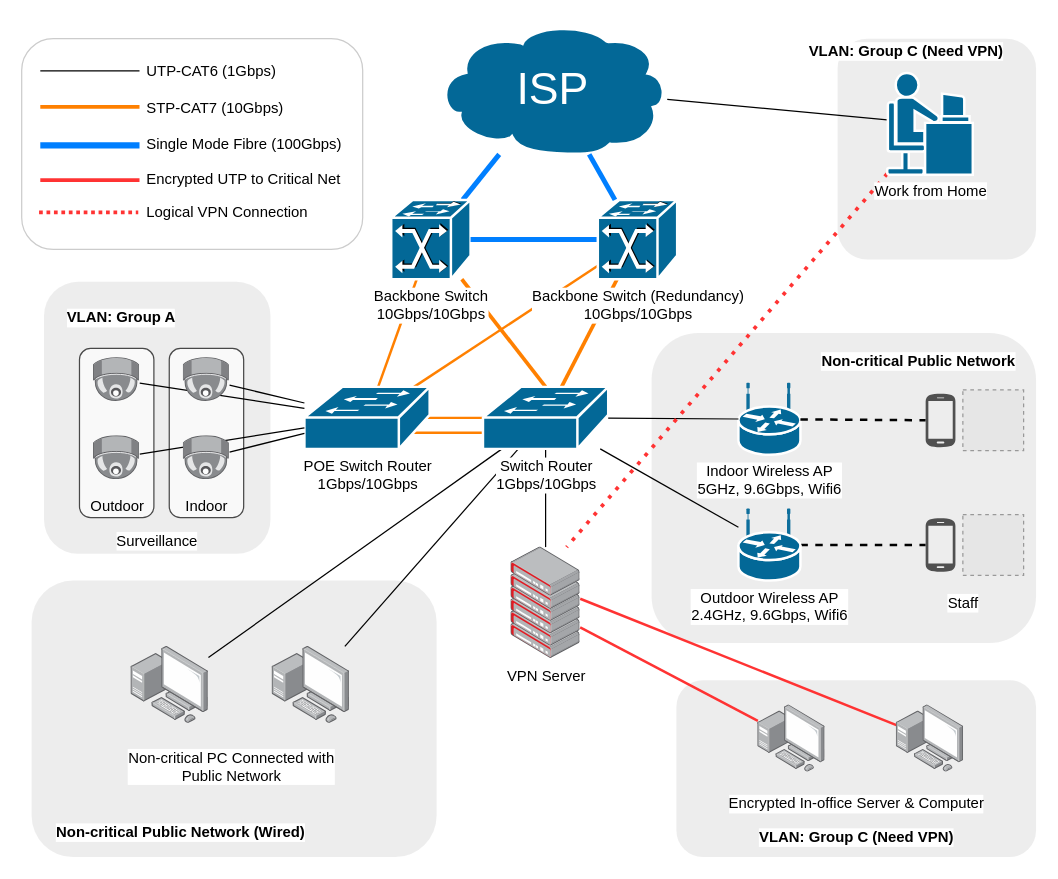
This is page "Administrator Building" (4 of 5) of Net_diagram/EE6223CA2.drawio from doem97/EE6223, a draw.io file, before an edit. Source tidied: cells renumbered, new cells numbered last; positions are measured from the earlier drawing's top-left corner, leaving out a move shared by most shapes. Both pictures are drawn from the tidied source at 124%, with x=0, y=0 at pixel (21, 22). Pictures stored in the file or linked from it are replaced by grey dashed boxes.
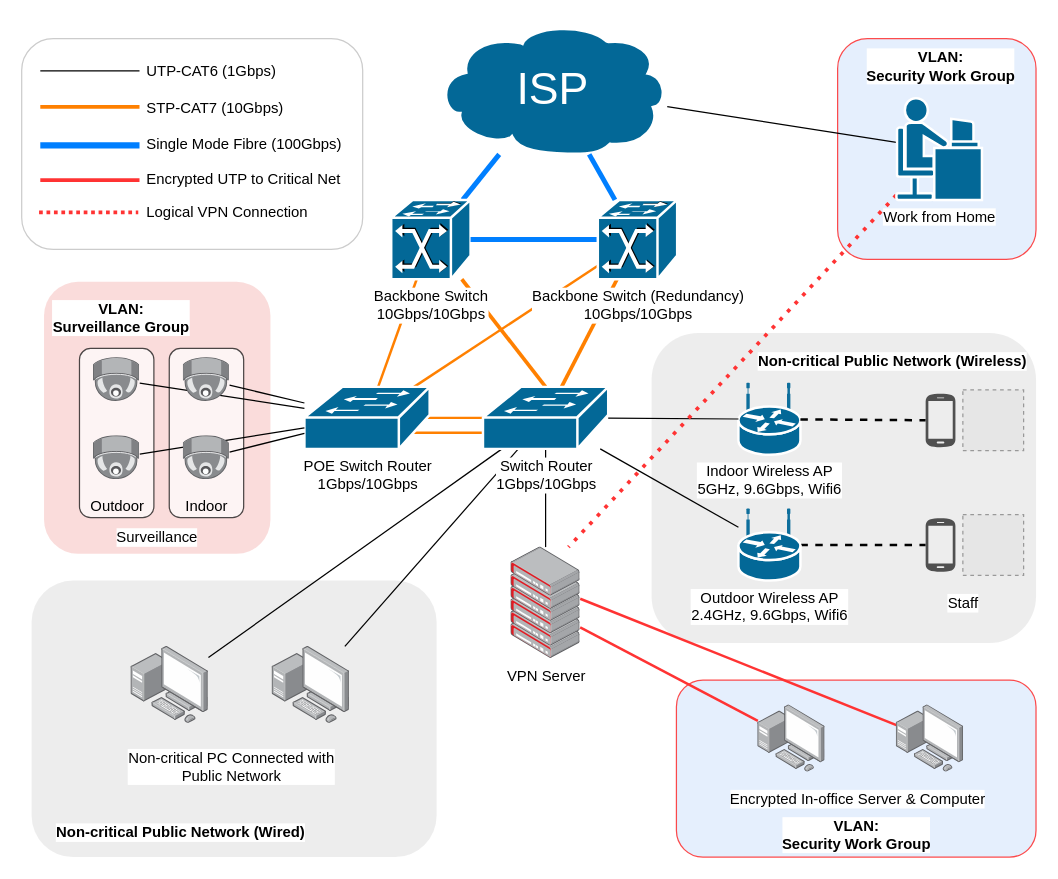
The same page after the edit.

Diff of the diagram source:
```diff
@@
-    <mxCell id="2" style="rounded=1;whiteSpace=wrap;html=1;fontSize=12;fontColor=#000000;strokeColor=none;fillColor=#E6E6E6;opacity=70;" parent="1" vertex="1">
+    <mxCell id="2" style="rounded=1;whiteSpace=wrap;html=1;fontSize=12;fillColor=#f8cecc;opacity=70;strokeColor=none;" parent="1" vertex="1">
       <mxGeometry x="18" y="208.8" width="182.6" height="219.3" as="geometry" />
     </mxCell>
@@
-    <mxCell id="5" style="rounded=1;whiteSpace=wrap;html=1;labelBackgroundColor=#ffffff;fillColor=#E6E6E6;fontSize=12;fontColor=#000000;opacity=70;strokeColor=none;" parent="1" vertex="1">
+    <mxCell id="5" style="rounded=1;whiteSpace=wrap;html=1;labelBackgroundColor=#ffffff;fillColor=#dae8fc;fontSize=12;opacity=70;strokeColor=#FF0000;" parent="1" vertex="1">
       <mxGeometry x="658" y="12.7" width="160" height="178" as="geometry" />
     </mxCell>
@@
-    <mxCell id="7" style="rounded=1;whiteSpace=wrap;html=1;labelBackgroundColor=#ffffff;fillColor=#E6E6E6;fontSize=12;fontColor=#000000;opacity=70;strokeColor=none;" parent="1" vertex="1">
+    <mxCell id="7" style="rounded=1;whiteSpace=wrap;html=1;labelBackgroundColor=#ffffff;fillColor=#dae8fc;fontSize=12;opacity=70;strokeColor=#FF0000;" parent="1" vertex="1">
       <mxGeometry x="528" y="530" width="290" height="142.7" as="geometry" />
     </mxCell>
@@
-    <mxCell id="63" value="Non-critical Public Network" style="text;html=1;align=center;verticalAlign=middle;fontSize=12;fontColor=#000000;labelBackgroundColor=#ffffff;fontStyle=1;" parent="1" vertex="1">
-      <mxGeometry x="638" y="262.5" width="170" height="20" as="geometry" />
+    <mxCell id="63" value="Non-critical Public Network (Wireless)" style="text;html=1;align=center;verticalAlign=middle;fontSize=12;fontColor=#000000;labelBackgroundColor=#ffffff;fontStyle=1;" parent="1" vertex="1">
+      <mxGeometry x="587" y="262.5" width="230" height="20" as="geometry" />
     </mxCell>
@@
     <mxCell id="71" value="Encrypted In-office Server &amp;amp; Computer" style="text;html=1;align=center;verticalAlign=middle;fontSize=12;fontColor=#000000;labelBackgroundColor=#ffffff;" parent="1" vertex="1">
-      <mxGeometry x="563" y="620" width="220" height="20" as="geometry" />
+      <mxGeometry x="564" y="616" width="220" height="20" as="geometry" />
     </mxCell>
-    <mxCell id="72" value="&lt;b&gt;VLAN: Group C (Need VPN)&lt;/b&gt;" style="text;html=1;align=center;verticalAlign=middle;labelBackgroundColor=#ffffff;" parent="1" vertex="1">
-      <mxGeometry x="588" y="647" width="170" height="20" as="geometry" />
+    <mxCell id="72" value="&lt;b&gt;VLAN:&lt;br&gt;Security Work Group&lt;/b&gt;" style="text;html=1;align=center;verticalAlign=middle;labelBackgroundColor=#ffffff;" parent="1" vertex="1">
+      <mxGeometry x="603" y="640" width="140" height="30" as="geometry" />
     </mxCell>
@@
-    <mxCell id="77" value="&lt;b&gt;VLAN: Group C (Need VPN)&lt;/b&gt;" style="text;html=1;align=center;verticalAlign=middle;labelBackgroundColor=#ffffff;" parent="1" vertex="1">
-      <mxGeometry x="628" y="12.7" width="170" height="20" as="geometry" />
+    <mxCell id="77" value="&lt;b&gt;VLAN:&lt;br&gt;Security Work Group&lt;/b&gt;" style="text;html=1;align=center;verticalAlign=middle;labelBackgroundColor=#ffffff;" parent="1" vertex="1">
+      <mxGeometry x="671" y="20" width="140" height="30" as="geometry" />
     </mxCell>
     <mxCell id="78" value="Work from Home" style="shape=mxgraph.cisco.people.androgenous_person;html=1;dashed=0;fillColor=#036897;strokeColor=#ffffff;strokeWidth=2;verticalLabelPosition=bottom;verticalAlign=top;align=center;outlineConnect=0;labelBackgroundColor=#ffffff;" parent="1" vertex="1">
-      <mxGeometry x="698" y="40.4" width="69" height="82" as="geometry" />
+      <mxGeometry x="705.4" y="60.7" width="69" height="82" as="geometry" />
     </mxCell>
-    <mxCell id="79" value="&lt;font style=&quot;background-color: rgb(255 , 255 , 255)&quot; size=&quot;1&quot;&gt;&lt;b style=&quot;font-size: 12px&quot;&gt;VLAN: Group A&lt;/b&gt;&lt;/font&gt;" style="text;html=1;align=center;verticalAlign=middle;fontSize=12;fontColor=#000000;labelBackgroundColor=#ffffff;" parent="1" vertex="1">
-      <mxGeometry x="30.4" y="227.5" width="100" height="20" as="geometry" />
+    <mxCell id="79" value="&lt;b style=&quot;text-align: left&quot;&gt;VLAN:&lt;br&gt;&lt;div&gt;&lt;b&gt;Surveillance Group&lt;/b&gt;&lt;/div&gt;&lt;/b&gt;" style="text;html=1;align=center;verticalAlign=middle;fontSize=12;fontColor=#000000;labelBackgroundColor=#ffffff;" parent="1" vertex="1">
+      <mxGeometry x="15.4" y="222.5" width="130" height="30" as="geometry" />
     </mxCell>
@@
     <mxCell id="86" value="Surveillance" style="text;html=1;align=center;verticalAlign=middle;fontColor=#000000;labelBackgroundColor=#ffffff;" parent="1" vertex="1">
-      <mxGeometry x="69.3" y="408.2" width="80" height="20" as="geometry" />
+      <mxGeometry x="69.3" y="405.2" width="80" height="20" as="geometry" />
     </mxCell>
```
